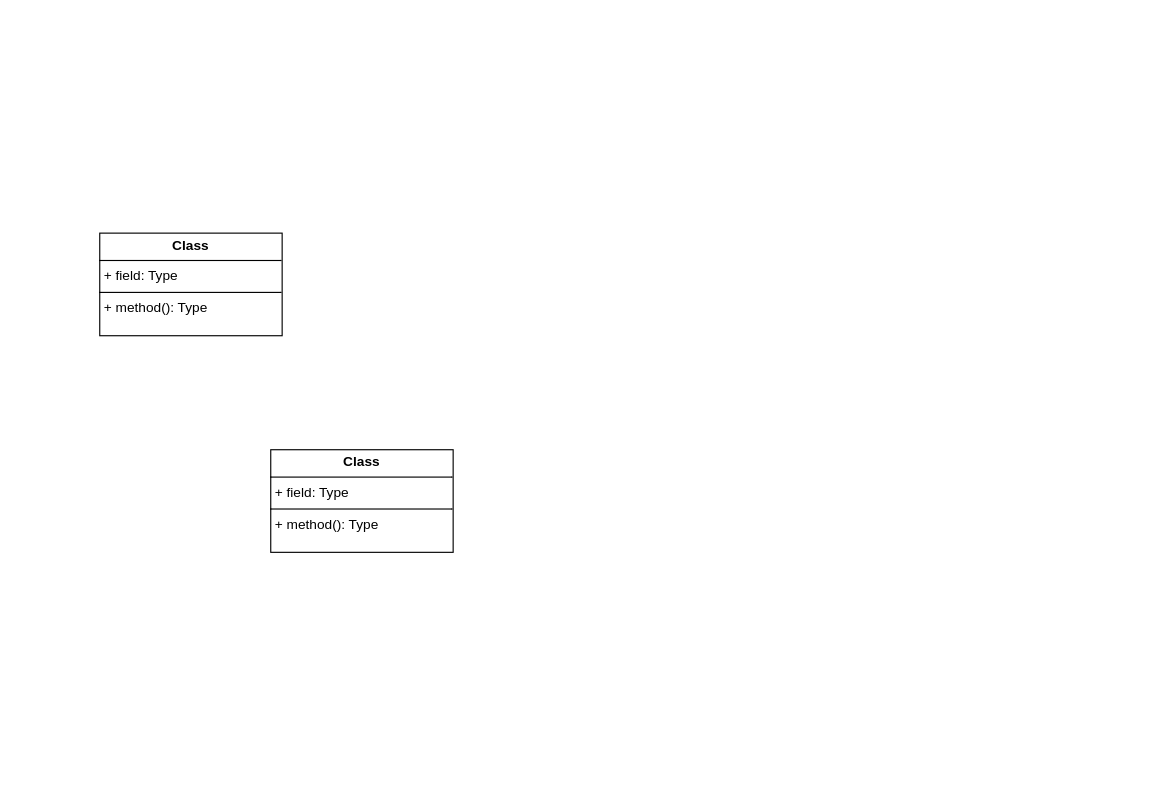
Earlier version of the draw.io diagram Diagrama sin título.drawio (Luis55-cmd/Proyecto1_MetroBuscaminas). Source tidied: cells renumbered, new cells numbered last; positions are measured from the earlier drawing's top-left corner, leaving out a move shared by most shapes. Both pictures are drawn from the tidied source at 114%, with x=0, y=0 at pixel (99, 233).
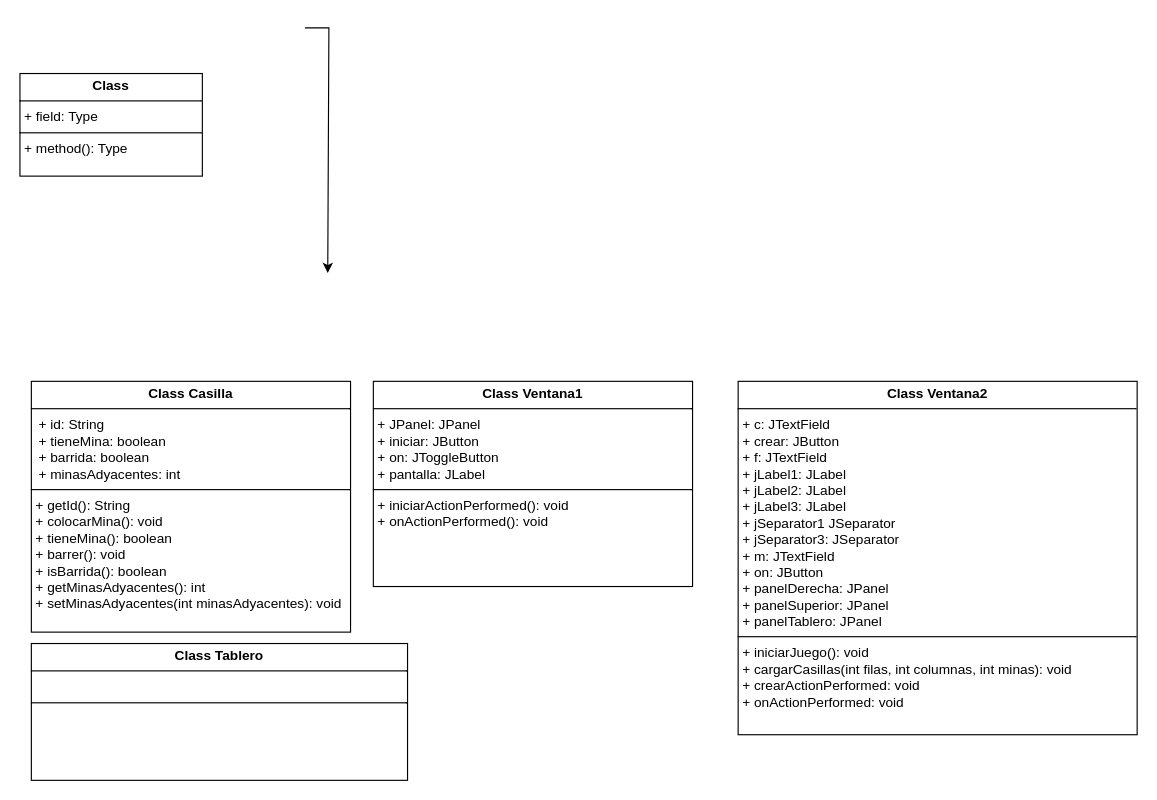
The same diagram, later.

Change to the diagram source:
```diff
@@
 <mxGraphModel>
   <root>
     <mxCell id="0" />
     <mxCell id="1" parent="0" />
     <mxCell id="2" value="&lt;p style=&quot;margin:0px;margin-top:4px;text-align:center;&quot;&gt;&lt;b&gt;Class&lt;/b&gt;&lt;/p&gt;&lt;hr size=&quot;1&quot; style=&quot;border-style:solid;&quot;/&gt;&lt;p style=&quot;margin:0px;margin-left:4px;&quot;&gt;+ field: Type&lt;/p&gt;&lt;hr size=&quot;1&quot; style=&quot;border-style:solid;&quot;/&gt;&lt;p style=&quot;margin:0px;margin-left:4px;&quot;&gt;+ method(): Type&lt;/p&gt;" style="verticalAlign=top;align=left;overflow=fill;html=1;whiteSpace=wrap;" parent="1" vertex="1">
-      <mxGeometry width="160" height="90" as="geometry" />
+      <mxGeometry x="-70" y="-140" width="160" height="90" as="geometry" />
     </mxCell>
-    <mxCell id="3" value="&lt;p style=&quot;margin:0px;margin-top:4px;text-align:center;&quot;&gt;&lt;b&gt;Class&lt;/b&gt;&lt;/p&gt;&lt;hr size=&quot;1&quot; style=&quot;border-style:solid;&quot;/&gt;&lt;p style=&quot;margin:0px;margin-left:4px;&quot;&gt;+ field: Type&lt;/p&gt;&lt;hr size=&quot;1&quot; style=&quot;border-style:solid;&quot;/&gt;&lt;p style=&quot;margin:0px;margin-left:4px;&quot;&gt;+ method(): Type&lt;/p&gt;" style="verticalAlign=top;align=left;overflow=fill;html=1;whiteSpace=wrap;" parent="1" vertex="1">
-      <mxGeometry x="150" y="190" width="160" height="90" as="geometry" />
+    <mxCell id="3" value="&lt;p style=&quot;margin:0px;margin-top:4px;text-align:center;&quot;&gt;&lt;b&gt;Class Tablero&lt;/b&gt;&lt;/p&gt;&lt;hr size=&quot;1&quot; style=&quot;border-style:solid;&quot;&gt;&lt;p style=&quot;margin:0px;margin-left:4px;&quot;&gt;&lt;br&gt;&lt;/p&gt;&lt;hr size=&quot;1&quot; style=&quot;border-style:solid;&quot;&gt;&lt;p style=&quot;margin:0px;margin-left:4px;&quot;&gt;&lt;br&gt;&lt;/p&gt;" style="verticalAlign=top;align=left;overflow=fill;html=1;whiteSpace=wrap;" parent="1" vertex="1">
+      <mxGeometry x="-60" y="360" width="330" height="120" as="geometry" />
     </mxCell>
+    <mxCell id="4" style="edgeStyle=orthogonalEdgeStyle;rounded=0;orthogonalLoop=1;jettySize=auto;html=1;" parent="1" edge="1">
+      <mxGeometry relative="1" as="geometry">
+        <mxPoint x="180" y="-180" as="sourcePoint" />
+        <mxPoint x="200" y="35" as="targetPoint" />
+        <Array as="points">
+          <mxPoint x="201" y="-180" />
+        </Array>
+      </mxGeometry>
+    </mxCell>
+    <mxCell id="5" value="&lt;p style=&quot;margin:0px;margin-top:4px;text-align:center;&quot;&gt;&lt;b&gt;Class Casilla&lt;/b&gt;&lt;/p&gt;&lt;hr size=&quot;1&quot; style=&quot;border-style:solid;&quot;&gt;&amp;nbsp; + id: String &lt;br&gt;&amp;nbsp; + tieneMina: boolean &lt;br&gt;&amp;nbsp; + barrida: boolean &lt;br&gt;&amp;nbsp; + minasAdyacentes: int &lt;hr size=&quot;1&quot; style=&quot;border-style:solid;&quot;&gt;&lt;p style=&quot;margin:0px;margin-left:4px;&quot;&gt;+ getId(): String&lt;/p&gt;&lt;p style=&quot;margin:0px;margin-left:4px;&quot;&gt;+ colocarMina(): void&lt;/p&gt;&lt;p style=&quot;margin:0px;margin-left:4px;&quot;&gt;+ tieneMina(): boolean&lt;/p&gt;&lt;p style=&quot;margin:0px;margin-left:4px;&quot;&gt;+ barrer(): void&lt;/p&gt;&lt;p style=&quot;margin:0px;margin-left:4px;&quot;&gt;+ isBarrida(): boolean&lt;/p&gt;&lt;p style=&quot;margin:0px;margin-left:4px;&quot;&gt;+ getMinasAdyacentes(): int&lt;/p&gt;&lt;p style=&quot;margin:0px;margin-left:4px;&quot;&gt;+ setMinasAdyacentes(int minasAdyacentes): void&lt;br&gt;&amp;nbsp;&amp;nbsp;&amp;nbsp; &lt;br&gt;&lt;/p&gt;" style="verticalAlign=top;align=left;overflow=fill;html=1;whiteSpace=wrap;" parent="1" vertex="1">
+      <mxGeometry x="-60" y="130" width="280" height="220" as="geometry" />
+    </mxCell>
+    <mxCell id="6" value="&lt;p style=&quot;margin:0px;margin-top:4px;text-align:center;&quot;&gt;&lt;b&gt;Class Ventana1&lt;/b&gt;&lt;/p&gt;&lt;hr size=&quot;1&quot; style=&quot;border-style:solid;&quot;&gt;&lt;p style=&quot;margin:0px;margin-left:4px;&quot;&gt;+ JPanel: JPanel&lt;br&gt;+ iniciar: JButton&lt;/p&gt;&lt;p style=&quot;margin:0px;margin-left:4px;&quot;&gt;+&amp;nbsp;on:&amp;nbsp;JToggleButton&lt;br&gt;+ pantalla: JLabel&lt;/p&gt;&lt;hr size=&quot;1&quot; style=&quot;border-style:solid;&quot;&gt;&lt;p style=&quot;margin:0px;margin-left:4px;&quot;&gt;+ iniciarActionPerformed(): void&lt;/p&gt;&lt;p style=&quot;margin:0px;margin-left:4px;&quot;&gt;+ onActionPerformed(): void&lt;/p&gt;" style="verticalAlign=top;align=left;overflow=fill;html=1;whiteSpace=wrap;" parent="1" vertex="1">
+      <mxGeometry x="240" y="130" width="280" height="180" as="geometry" />
+    </mxCell>
+    <mxCell id="7" value="&lt;p style=&quot;margin:0px;margin-top:4px;text-align:center;&quot;&gt;&lt;b&gt;Class Ventana2&lt;/b&gt;&lt;/p&gt;&lt;hr size=&quot;1&quot; style=&quot;border-style:solid;&quot;&gt;&lt;p style=&quot;margin:0px;margin-left:4px;&quot;&gt;+ c: JTextField&lt;br&gt;+ crear: JButton&lt;br&gt;+ f: JTextField&lt;br&gt;+ jLabel1: JLabel&lt;br&gt;+ jLabel2: JLabel&lt;br&gt;+ jLabel3: JLabel&lt;br&gt;+ jSeparator1 JSeparator&lt;br&gt;+ jSeparator3: JSeparator&lt;br&gt;+ m: JTextField&lt;br&gt;+ on: JButton&lt;br&gt;+ panelDerecha: JPanel&lt;br&gt;+ panelSuperior: JPanel&lt;br&gt;+ panelTablero: JPanel&lt;/p&gt;&lt;hr size=&quot;1&quot; style=&quot;border-style:solid;&quot;&gt;&lt;p style=&quot;margin:0px;margin-left:4px;&quot;&gt;+ iniciarJuego(): void&lt;/p&gt;&lt;p style=&quot;margin:0px;margin-left:4px;&quot;&gt;+ cargarCasillas(int filas, int columnas, int minas): void&lt;/p&gt;&lt;p style=&quot;margin:0px;margin-left:4px;&quot;&gt;+ crearActionPerformed: void&lt;/p&gt;&lt;p style=&quot;margin:0px;margin-left:4px;&quot;&gt;+ onActionPerformed: void&lt;/p&gt;" style="verticalAlign=top;align=left;overflow=fill;html=1;whiteSpace=wrap;" parent="1" vertex="1">
+      <mxGeometry x="560" y="130" width="350" height="310" as="geometry" />
+    </mxCell>
   </root>
 </mxGraphModel>
```
